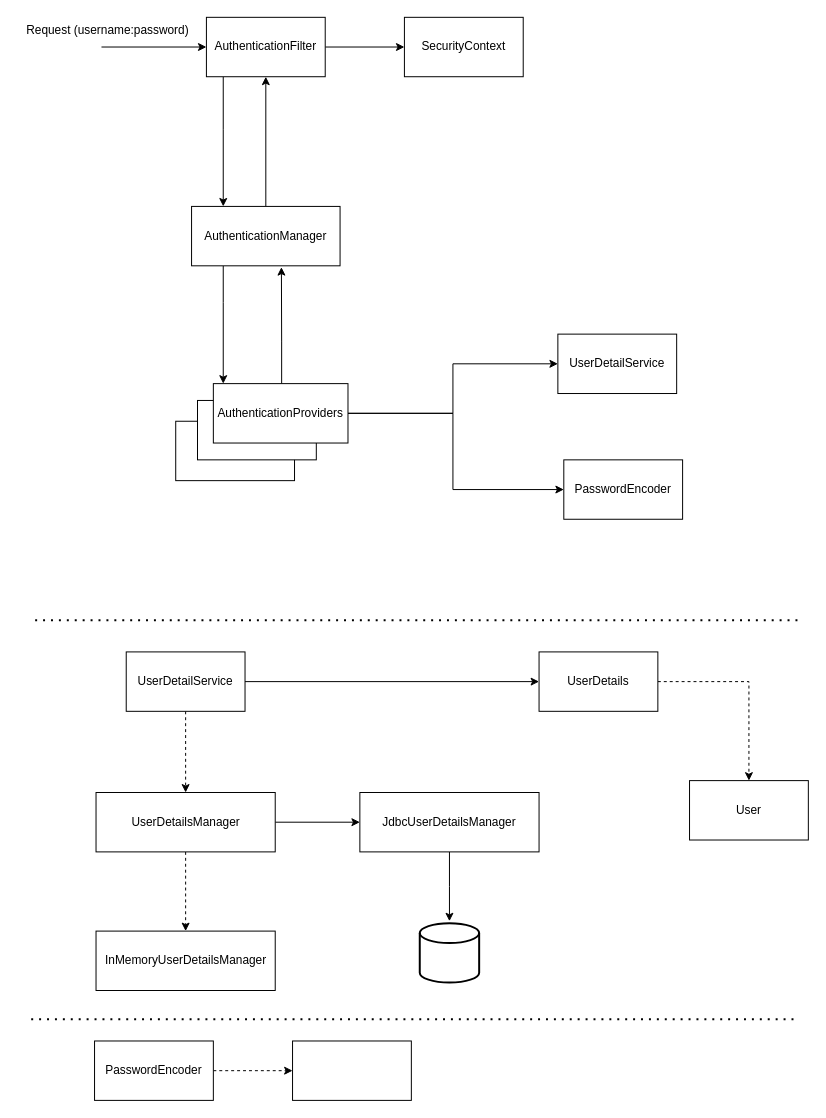
usernameAshu/spring-security-poc keeps this draw.io diagram as Spring security architecture-1.drawio. Above is the earlier version. Source tidied: cells renumbered, new cells numbered last; positions are measured from the earlier drawing's top-left corner, leaving out a move shared by most shapes. Both pictures are drawn from the tidied source at 99%, with x=0, y=0 at pixel (17, 17).
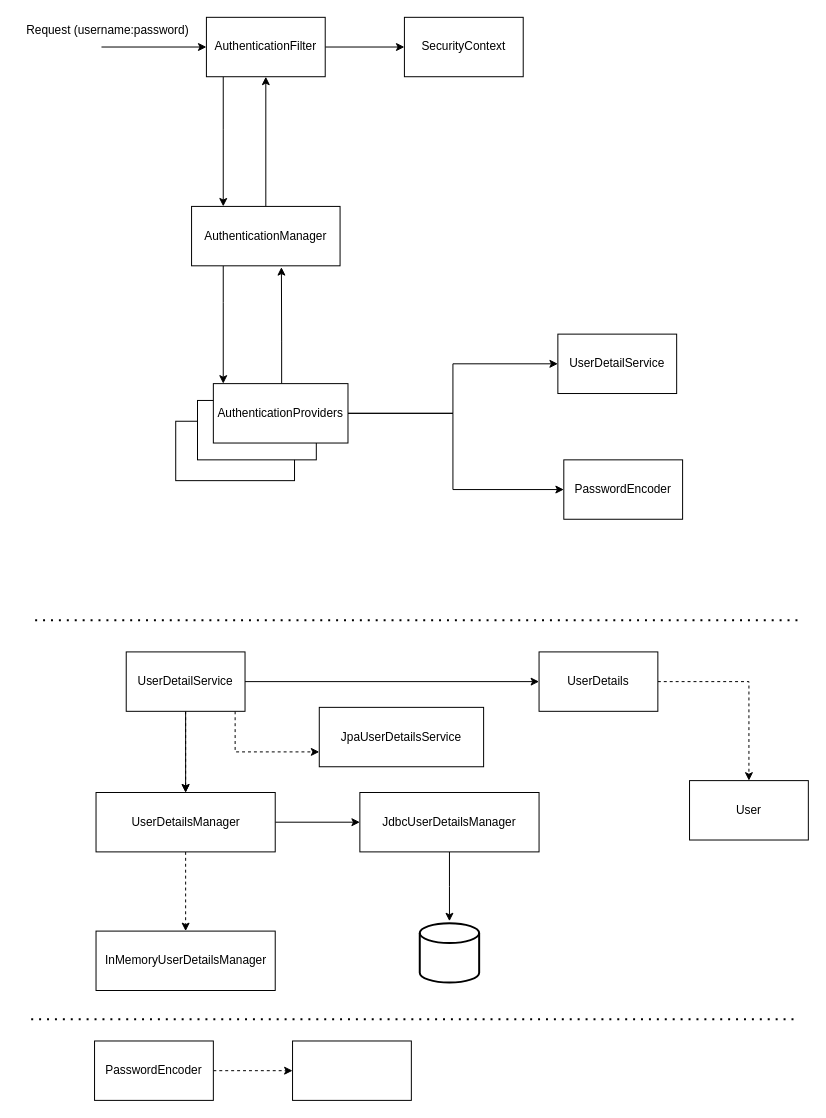
Above is the later version.

The change refers to these unchanged cells:
```xml
<mxCell id="22" value="UserDetailService" style="rounded=0;whiteSpace=wrap;html=1;" parent="1" vertex="1">
  <mxGeometry x="110" y="641" width="120" height="60" as="geometry" />
</mxCell>
<mxCell id="25" value="UserDetailsManager" style="whiteSpace=wrap;html=1;rounded=0;" parent="1" vertex="1">
  <mxGeometry x="79.5" y="783" width="181" height="60" as="geometry" />
</mxCell>
```

Change to the diagram source:
```diff
@@
+    <mxCell id="37" style="edgeStyle=orthogonalEdgeStyle;rounded=0;jettySize=auto;html=1;" parent="1" edge="1" source="22" target="25">
+      <mxGeometry relative="1" as="geometry" />
+    </mxCell>
+    <mxCell id="38" style="edgeStyle=orthogonalEdgeStyle;rounded=0;jettySize=auto;html=1;dashed=1;" parent="1" edge="1" source="22" target="39">
+      <mxGeometry relative="1" as="geometry">
+        <Array as="points">
+          <mxPoint x="220" y="742" />
+        </Array>
+      </mxGeometry>
+    </mxCell>
@@
+    <mxCell id="39" value="JpaUserDetailsService" style="rounded=0;whiteSpace=wrap;html=1;" parent="1" vertex="1">
+      <mxGeometry x="305" y="697" width="166" height="60" as="geometry" />
+    </mxCell>
```
